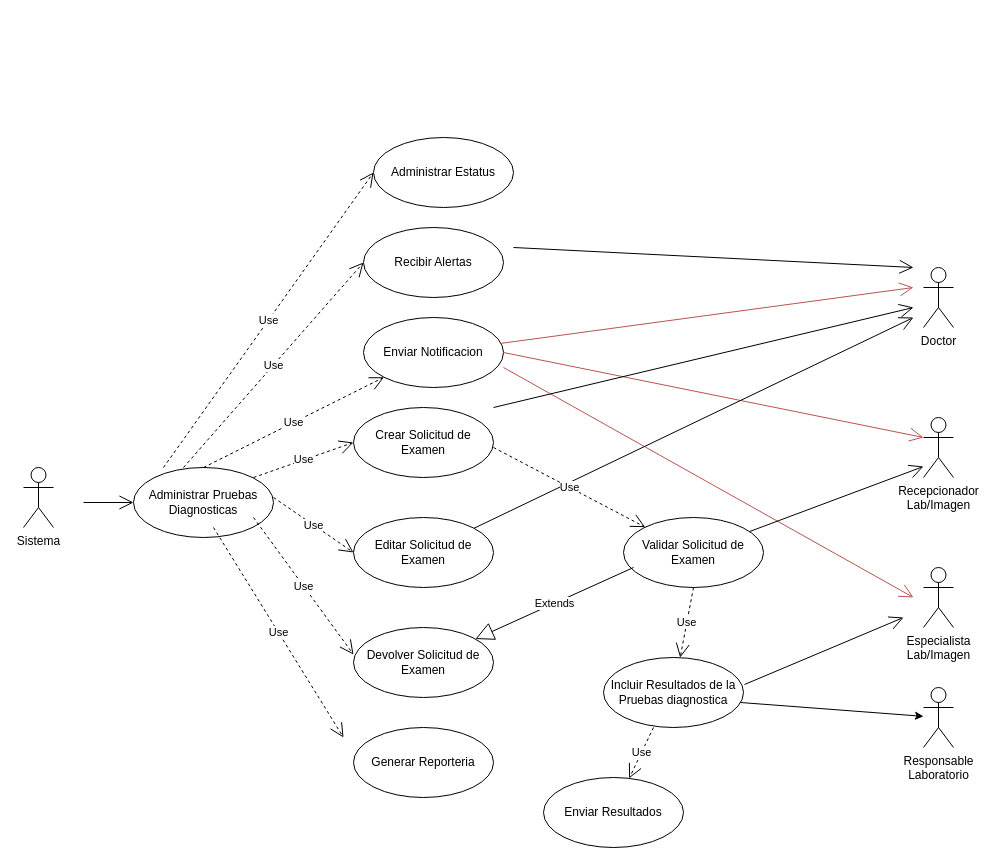
marguello86/Equipo1_MINSA keeps this draw.io diagram as page "CU General del Modulo Pruebas Diagnosticas" (8 of 14) of Diagramas de los Módulos.drawio. Above is the earlier version. Source tidied: cells renumbered, new cells numbered last; positions are measured from the earlier drawing's top-left corner, leaving out a move shared by most shapes. Both pictures are drawn from the tidied source at 100%, with x=0, y=0 at pixel (23, 137).
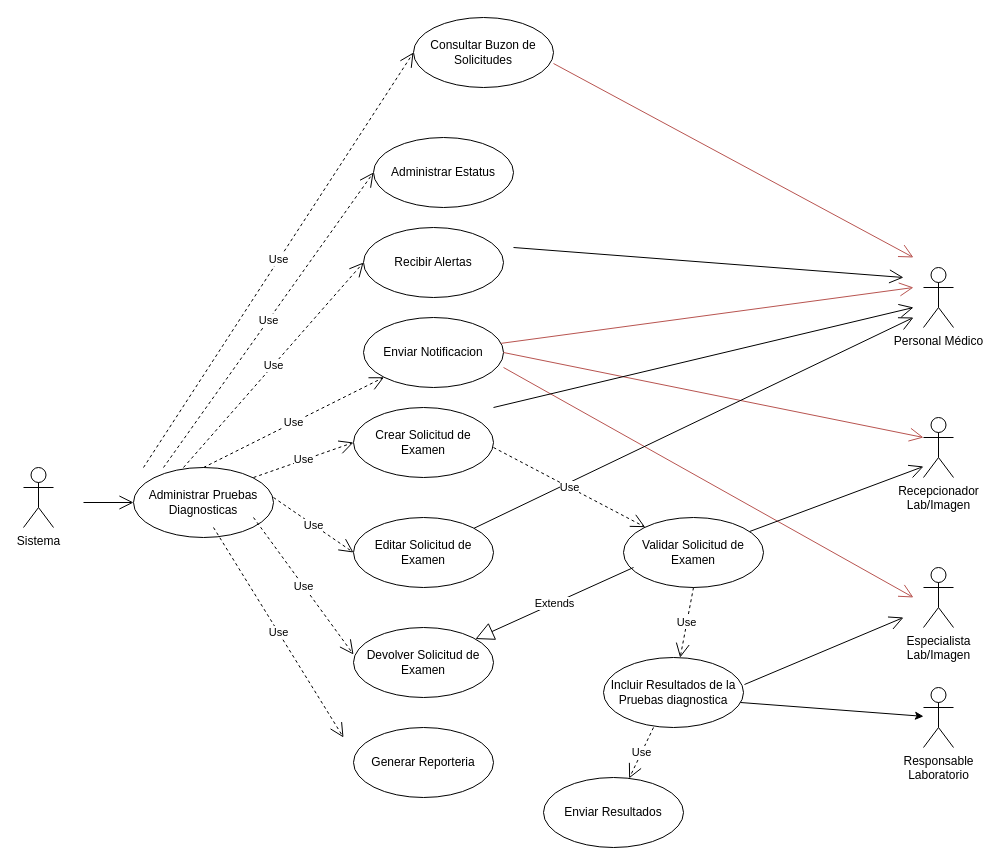
The same diagram, later.

Commit message (it also covers changes not shown here):
cambie al actor doctor por personal medico y agregue otro caso de uso para el buzon de consulta de solicitudes

Diff of the diagram source:
```diff
@@
-    <mxCell id="3" value="Doctor" style="shape=umlActor;verticalLabelPosition=bottom;verticalAlign=top;html=1;" parent="1" vertex="1">
+    <mxCell id="3" value="Personal Médico" style="shape=umlActor;verticalLabelPosition=bottom;verticalAlign=top;html=1;" parent="1" vertex="1">
       <mxGeometry x="900" y="130" width="30" height="60" as="geometry" />
     </mxCell>
@@
     <mxCell id="30" style="endArrow=open;endFill=1;endSize=12;html=1;rounded=0;" parent="1" edge="1">
       <mxGeometry relative="1" as="geometry">
         <mxPoint x="490" y="110" as="sourcePoint" />
-        <mxPoint x="890" y="130" as="targetPoint" />
+        <mxPoint x="880" y="140" as="targetPoint" />
       </mxGeometry>
     </mxCell>
@@
+    <mxCell id="39" value="Consultar Buzon de Solicitudes" style="ellipse;whiteSpace=wrap;html=1;" parent="1" vertex="1">
+      <mxGeometry x="390" y="-120" width="140" height="70" as="geometry" />
+    </mxCell>
+    <mxCell id="40" value="Use" style="endArrow=open;endSize=12;dashed=1;html=1;rounded=0;entryX=0;entryY=0.5;entryDx=0;entryDy=0;" parent="1" edge="1" target="39">
+      <mxGeometry relative="1" as="geometry">
+        <mxPoint x="120" y="330" as="sourcePoint" />
+      </mxGeometry>
+    </mxCell>
+    <mxCell id="41" style="endArrow=open;endFill=1;endSize=12;html=1;rounded=0;fillColor=#f8cecc;strokeColor=#b85450;" parent="1" edge="1">
+      <mxGeometry relative="1" as="geometry">
+        <mxPoint x="530" y="-74" as="sourcePoint" />
+        <mxPoint x="890" y="120" as="targetPoint" />
+      </mxGeometry>
+    </mxCell>
```
